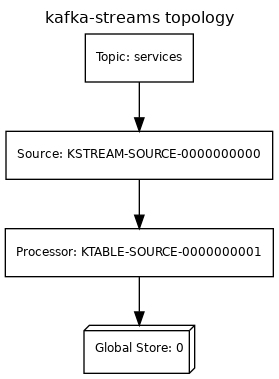
Before: docs/service-store-stream.png, a diagram exported from PlantUML (openzipkin-contrib/zipkin-storage-kafka). Its source is kept beside it as docs/service-store-stream.puml. The source it was exported from:
```plantuml
@startuml
digraph G {
	graph [labelloc=top,label="kafka-streams topology",fontname="Verdana",fontsize=12];
	edge [fontname="Verdana",fontsize=9,labelfontname="Verdana",labelfontsize=9];
	node [fontname="Verdana",fontsize=9,shape=record];
	c0 [label="Processor: KTABLE-SOURCE-0000000001"]
	// null
	c1 -> c0 [];
	c1 [label="Source: KSTREAM-SOURCE-0000000000"]
	c2 [label="Topic: services"]
	// null
	c2 -> c1 [];
	c3 [label="Global Store: 0", shape=box3d]
	// null
	c0 -> c3 [];
}
@enduml
```
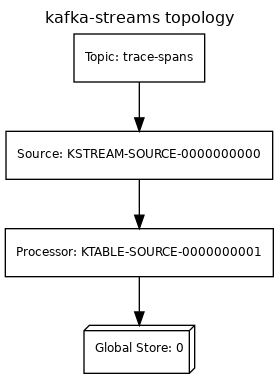
Later version of the same file.

Change to the diagram source:
```diff
@@ -7,7 +7,7 @@
 	// null
 	c1 -> c0 [];
 	c1 [label="Source: KSTREAM-SOURCE-0000000000"]
-	c2 [label="Topic: services"]
+	c2 [label="Topic: trace-spans"]
 	// null
 	c2 -> c1 [];
 	c3 [label="Global Store: 0", shape=box3d]
```
